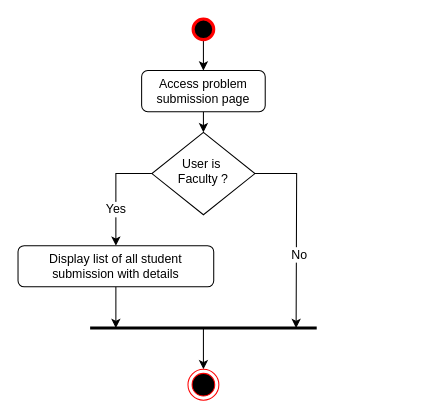
This is page "Review Submission" (15 of 16) of Untitled Diagram.drawio from shamim36/Final-Defence-Diagram, a draw.io file, before an edit. Source tidied: cells renumbered, new cells numbered last; positions are measured from the earlier drawing's top-left corner, leaving out a move shared by most shapes. Both pictures are drawn from the tidied source at 103%, with x=0, y=0 at pixel (18, 19).
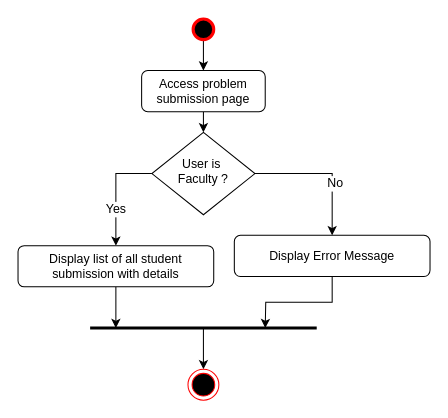
After the change.

Unchanged cells that the change refers to:
```xml
<mxCell id="8" value="User is&amp;nbsp;&lt;div&gt;Faculty ?&lt;/div&gt;" style="rhombus;whiteSpace=wrap;html=1;shadow=0;fontFamily=Helvetica;fontSize=12;align=center;strokeWidth=1;spacing=6;spacingTop=-4;" parent="1" vertex="1">
  <mxGeometry x="130" y="110" width="100" height="80" as="geometry" />
</mxCell>
```

The edit, as a diff of the source:
```diff
@@
-    <mxCell id="4" style="edgeStyle=orthogonalEdgeStyle;rounded=0;jettySize=auto;html=1;exitX=1;exitY=0.5;exitDx=0;exitDy=0;fontFamily=Helvetica;fontSize=12;fontColor=default;" parent="1" edge="1" source="8">
-      <mxGeometry relative="1" as="geometry">
-        <mxPoint x="270" y="300" as="targetPoint" />
-      </mxGeometry>
+    <mxCell id="4" style="edgeStyle=orthogonalEdgeStyle;rounded=0;jettySize=auto;html=1;exitX=1;exitY=0.5;exitDx=0;exitDy=0;fontFamily=Helvetica;fontSize=12;fontColor=default;entryX=0.5;entryY=0;entryDx=0;entryDy=0;" parent="1" edge="1" source="8" target="17">
+      <mxGeometry relative="1" as="geometry" />
     </mxCell>
@@
+    <mxCell id="16" style="edgeStyle=orthogonalEdgeStyle;rounded=0;jettySize=auto;html=1;exitX=0.5;exitY=1;exitDx=0;exitDy=0;" parent="1" edge="1" source="17">
+      <mxGeometry relative="1" as="geometry">
+        <mxPoint x="240" y="300" as="targetPoint" />
+      </mxGeometry>
+    </mxCell>
+    <mxCell id="17" value="Display Error Message" style="rounded=1;whiteSpace=wrap;html=1;fontSize=12;glass=0;strokeWidth=1;shadow=0;" parent="1" vertex="1">
+      <mxGeometry x="210" y="210" width="190" height="40" as="geometry" />
+    </mxCell>
```
